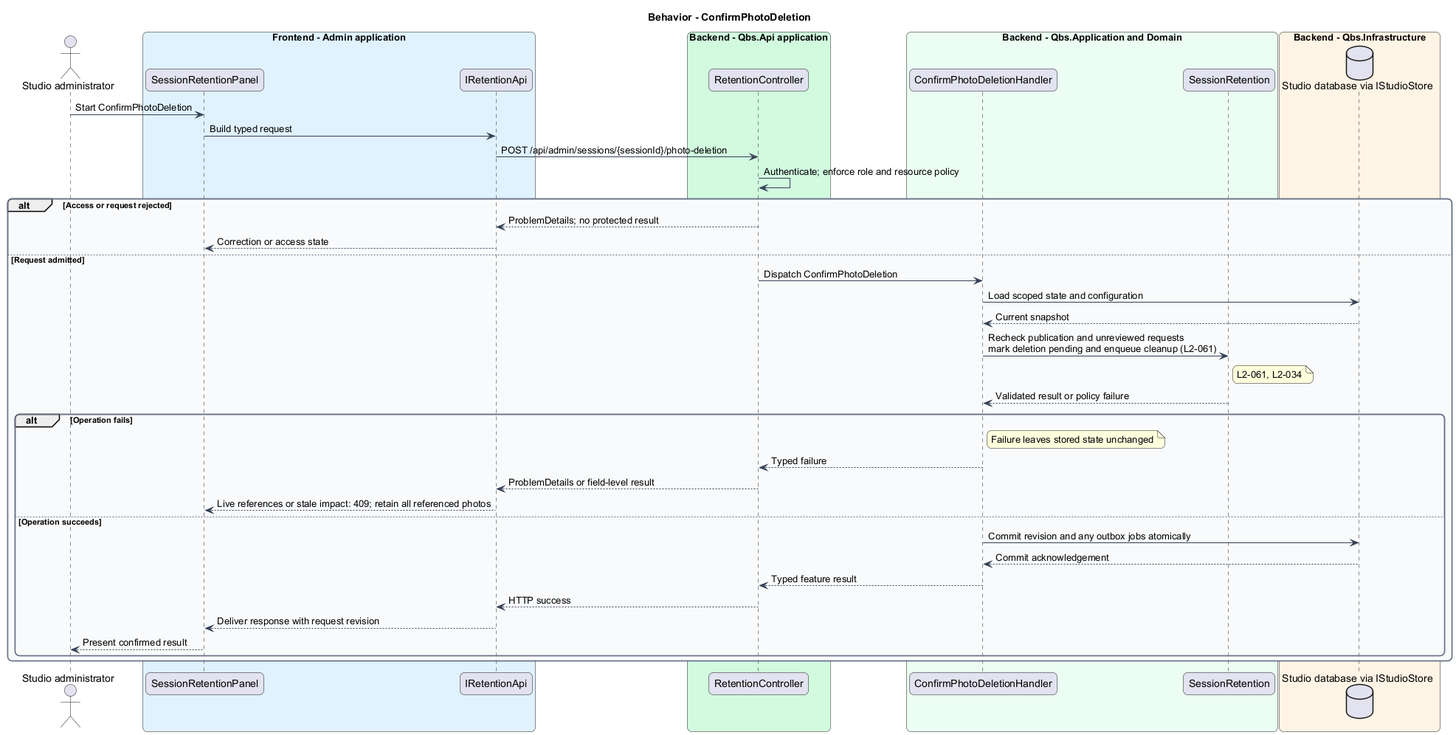
This is docs/detailed-designs/session-photos/manage-photo-retention/diagrams/sequence-confirm-photo-deletion.png from QuinntyneBrown/quinntyne-brown-studio, a PlantUML export, as it was before one commit. The source it was exported from:
```plantuml
@startuml
skinparam backgroundColor #FFFFFF
skinparam shadowing false
skinparam roundcorner 12
skinparam defaultFontName Arial
skinparam ArrowColor #344054
skinparam rectangle {
  BorderColor #344054
  FontColor #101828
}
skinparam package {
  BorderColor #667085
  FontColor #101828
  BackgroundColor #F9FAFB
}
title Behavior - ConfirmPhotoDeletion
actor "Studio administrator" as actor
box "Frontend - Admin application" #E0F2FE
 participant "SessionRetentionPanel" as page
 participant "IRetentionApi" as client
end box
box "Backend - Qbs.Api application" #D1FADF
 participant "RetentionController" as controller
end box
box "Backend - Qbs.Application and Domain" #ECFDF3
 participant "ConfirmPhotoDeletionHandler" as handler
 participant "SessionRetention" as entity
end box
box "Backend - Qbs.Infrastructure" #FFF4E5
 database "Studio database via IStudioStore" as db
end box
actor -> page : Start ConfirmPhotoDeletion
page -> client : Build typed request
client -> controller : POST /api/admin/sessions/{sessionId}/photo-deletion
controller -> controller : Authenticate; enforce role and resource policy
alt Access or request rejected
controller --> client : ProblemDetails; no protected result
client --> page : Correction or access state
else Request admitted
controller -> handler : Dispatch ConfirmPhotoDeletion
handler -> db : Load scoped state and configuration
db --> handler : Current snapshot
handler -> entity : Recheck publication and unreviewed requests\nmark deletion pending and enqueue cleanup (L2-061)
note right of entity
L2-061, L2-034
end note
entity --> handler : Validated result or policy failure
alt Operation fails
note right of handler : Failure leaves stored state unchanged
handler --> controller : Typed failure
controller --> client : ProblemDetails or field-level result
client --> page : Live references or stale impact: 409; retain all referenced photos
else Operation succeeds
handler -> db : Commit revision and any outbox jobs atomically
db --> handler : Commit acknowledgement
handler --> controller : Typed feature result
controller --> client : HTTP success
client --> page : Deliver response with request revision
page --> actor : Present confirmed result
end
end
@enduml
```
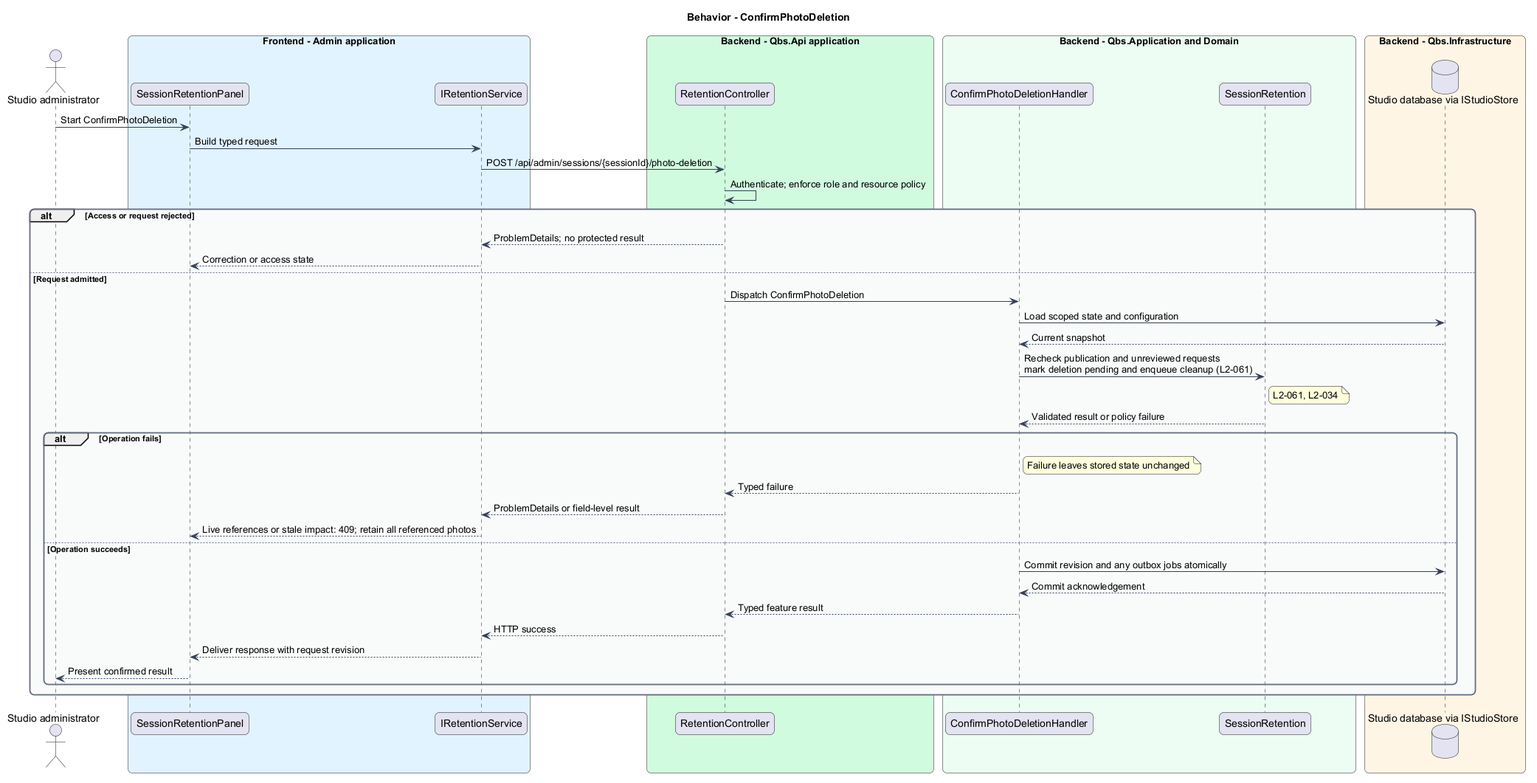
Later version of the same file.

Change to the diagram source:
```diff
@@ -17,7 +17,7 @@
 actor "Studio administrator" as actor
 box "Frontend - Admin application" #E0F2FE
  participant "SessionRetentionPanel" as page
- participant "IRetentionApi" as client
+ participant "IRetentionService" as client
 end box
 box "Backend - Qbs.Api application" #D1FADF
  participant "RetentionController" as controller
```
